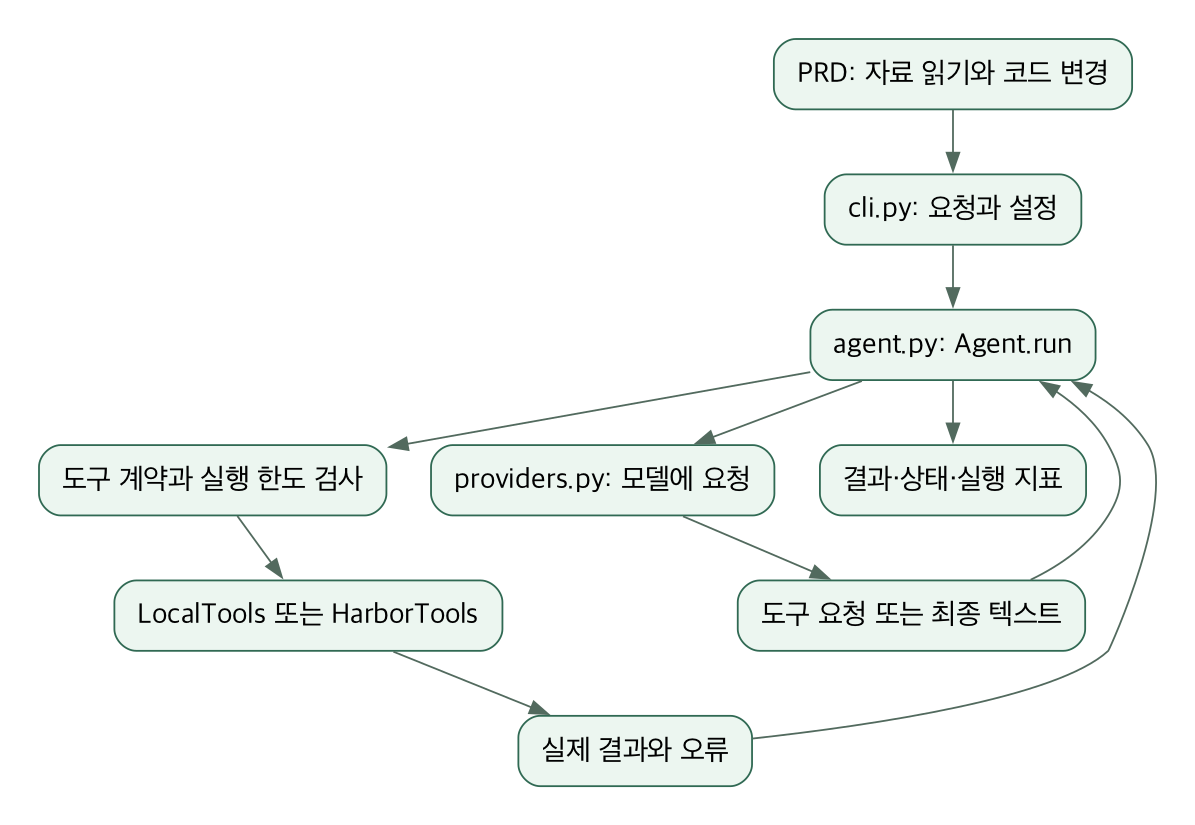
Earlier version of the Graphviz export assets/harness/python-runtime.png (SunCreation/agent-building-practice). Its source is kept beside it as assets/harness/python-runtime.dot.
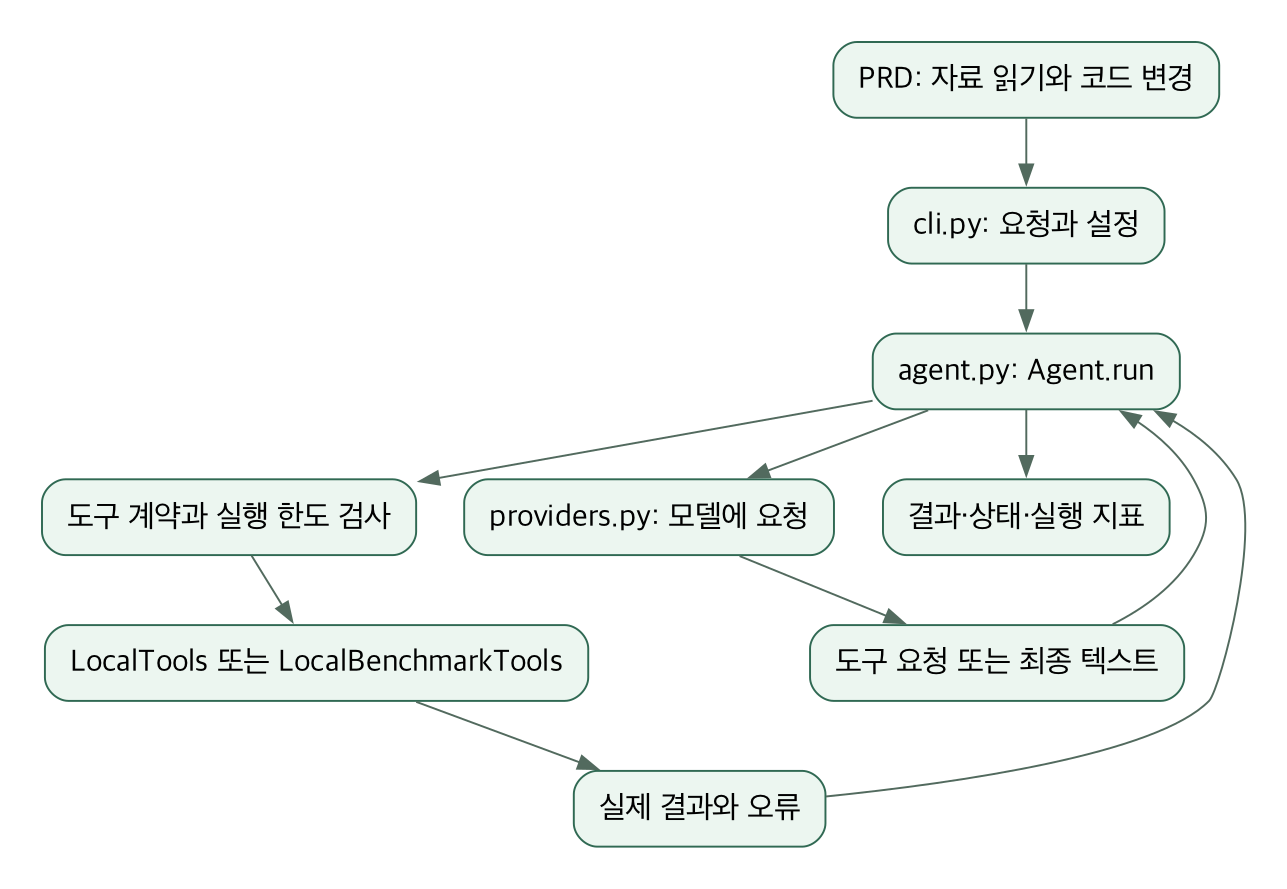
The same diagram one commit later.

Commit message:
Update harness diagram for local benchmark tools

What changed in the source:
```diff
@@ -5,7 +5,7 @@
 D [label="providers.py: 모델에 요청",shape=box];
 E [label="도구 요청 또는 최종 텍스트",shape=box];
 F [label="도구 계약과 실행 한도 검사",shape=box];
-G [label="LocalTools 또는 HarborTools",shape=box];
+G [label="LocalTools 또는 LocalBenchmarkTools",shape=box];
 H [label="실제 결과와 오류",shape=box];
 I [label="결과·상태·실행 지표",shape=box];
 A -> B [label=""];
```
